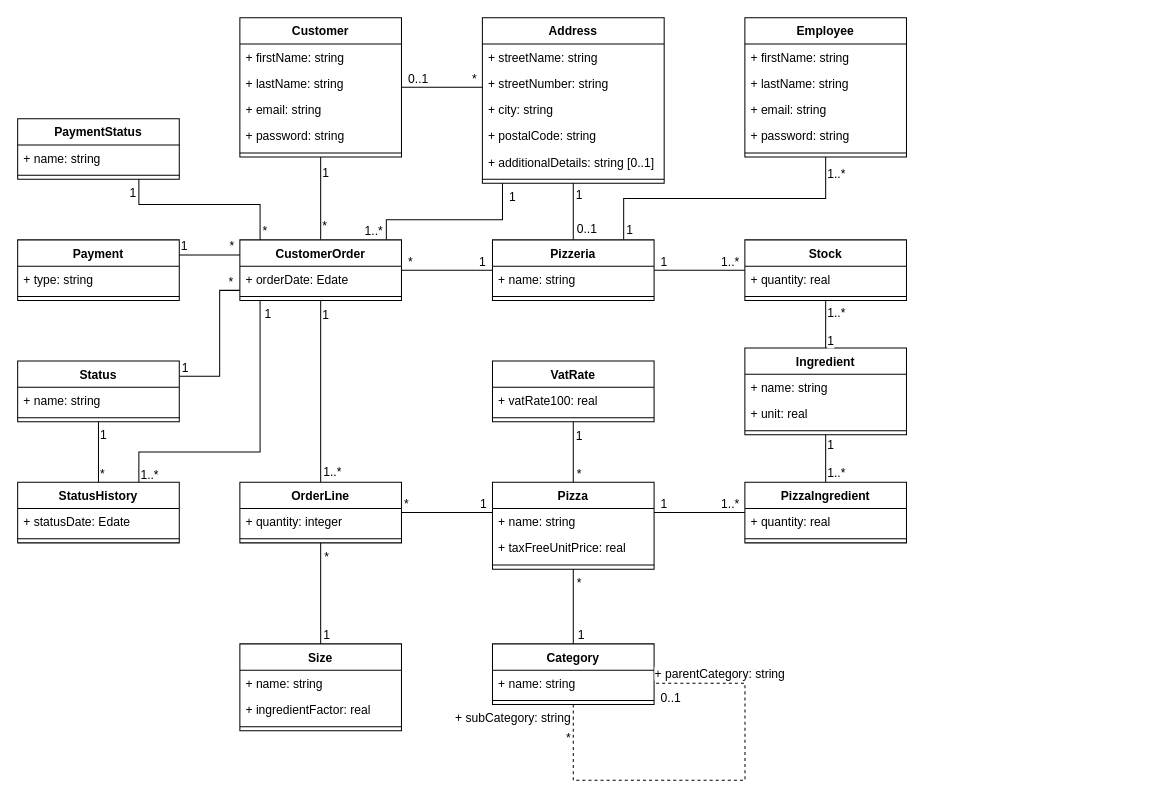
Before: page "ClassDiagram" (11 of 12) of Diagrams/OCPizza.drawio in GuillaumeOj/DesignTechnicalSolution, a draw.io diagram. Source tidied: cells renumbered, new cells numbered last; positions are measured from the earlier drawing's top-left corner, leaving out a move shared by most shapes. Both pictures are drawn from the tidied source at 101%, with x=0, y=0 at pixel (17, 17).
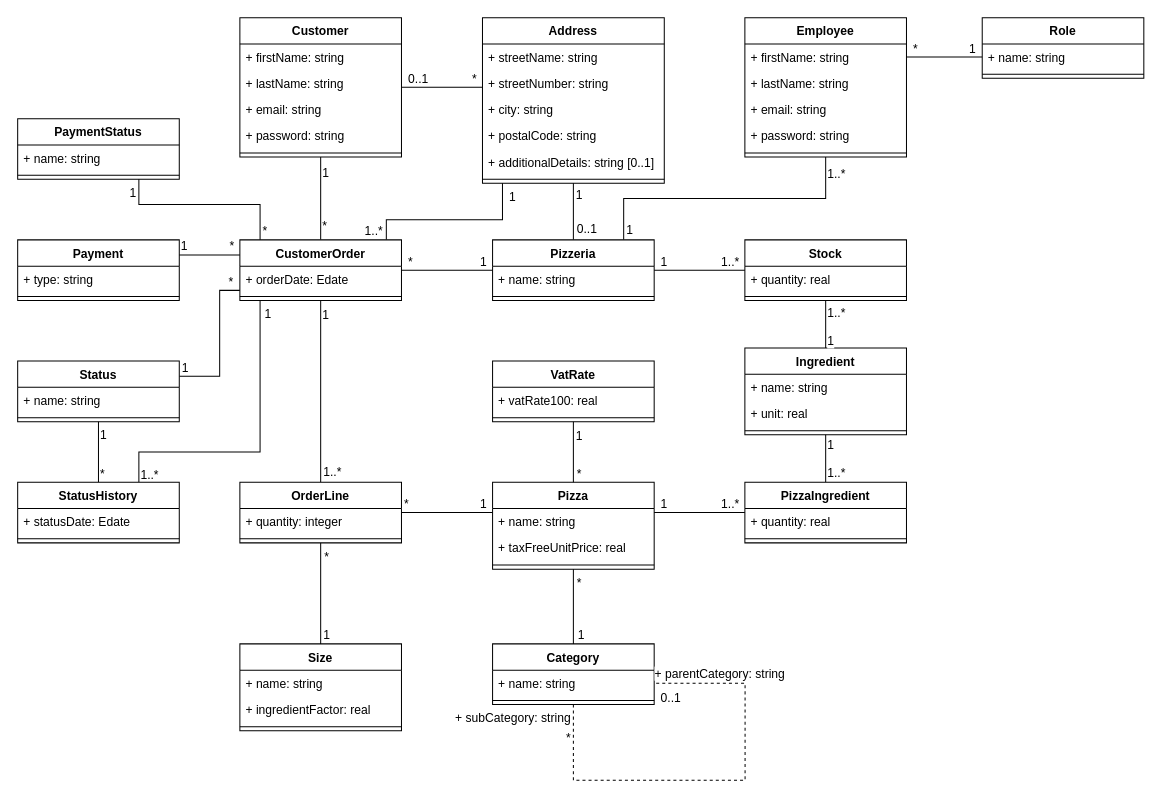
The same diagram, later.

The change refers to these unchanged cells:
```xml
<mxCell id="22" value="+ firstName: string" style="text;strokeColor=none;fillColor=none;align=left;verticalAlign=top;spacingLeft=4;spacingRight=4;overflow=hidden;points=[[0,0.5],[1,0.5]];portConstraint=eastwest;" parent="21" vertex="1">
  <mxGeometry y="26" width="160" height="26" as="geometry" />
</mxCell>
```

Diff of the diagram source:
```diff
@@
     <mxCell id="27" value="Address" style="swimlane;fontStyle=1;align=center;verticalAlign=top;horizontal=1;startSize=26;" parent="1" vertex="1">
-      <mxGeometry x="460.1" width="180" height="164" as="geometry" />
+      <mxGeometry x="460.2" width="180" height="164" as="geometry" />
     </mxCell>
@@
     <mxCell id="49" value="Pizzeria" style="swimlane;fontStyle=1;align=center;verticalAlign=top;horizontal=1;startSize=26;" parent="1" vertex="1">
-      <mxGeometry x="470.1" y="220" width="160" height="60" as="geometry" />
+      <mxGeometry x="470.2" y="220" width="160" height="60" as="geometry" />
     </mxCell>
@@
     <mxCell id="73" value="Pizza" style="swimlane;fontStyle=1;align=center;verticalAlign=top;horizontal=1;startSize=26;" parent="1" vertex="1">
-      <mxGeometry x="470.1" y="460" width="160" height="86" as="geometry" />
+      <mxGeometry x="470.2" y="460" width="160" height="86" as="geometry" />
     </mxCell>
@@
     <mxCell id="80" value="VatRate" style="swimlane;fontStyle=1;align=center;verticalAlign=top;horizontal=1;startSize=26;" parent="1" vertex="1">
-      <mxGeometry x="470.1" y="340" width="160" height="60" as="geometry" />
+      <mxGeometry x="470.2" y="340" width="160" height="60" as="geometry" />
     </mxCell>
@@
     <mxCell id="83" value="Category" style="swimlane;fontStyle=1;align=center;verticalAlign=top;horizontal=1;startSize=26;" parent="1" vertex="1">
-      <mxGeometry x="470.1" y="620" width="160" height="60" as="geometry" />
+      <mxGeometry x="470.2" y="620" width="160" height="60" as="geometry" />
     </mxCell>
@@
+    <mxCell id="131" style="edgeStyle=orthogonalEdgeStyle;rounded=0;jettySize=auto;html=1;startFill=1;endArrow=none;endFill=0;" parent="1" edge="1" source="134" target="22">
+      <mxGeometry relative="1" as="geometry">
+        <Array as="points">
+          <mxPoint x="930" y="39" />
+          <mxPoint x="930" y="39" />
+        </Array>
+      </mxGeometry>
+    </mxCell>
+    <mxCell id="132" value="1" style="text;html=1;align=right;verticalAlign=bottom;labelBackgroundColor=#ffffff;" parent="131" vertex="1">
+      <mxGeometry x="-0.08" relative="1" as="geometry">
+        <mxPoint x="29" as="offset" />
+      </mxGeometry>
+    </mxCell>
+    <mxCell id="133" value="*" style="text;html=1;align=left;verticalAlign=bottom;labelBackgroundColor=#ffffff;" parent="131" vertex="1">
+      <mxGeometry x="0.44" relative="1" as="geometry">
+        <mxPoint x="-16.3" as="offset" />
+      </mxGeometry>
+    </mxCell>
+    <mxCell id="134" value="Role" style="swimlane;fontStyle=1;align=center;verticalAlign=top;horizontal=1;startSize=26;" parent="1" vertex="1">
+      <mxGeometry x="955" width="160" height="60" as="geometry" />
+    </mxCell>
+    <mxCell id="135" value="+ name: string" style="text;strokeColor=none;fillColor=none;align=left;verticalAlign=top;spacingLeft=4;spacingRight=4;overflow=hidden;" parent="134" vertex="1">
+      <mxGeometry y="26" width="160" height="26" as="geometry" />
+    </mxCell>
+    <mxCell id="136" style="line;strokeWidth=1;fillColor=none;align=left;verticalAlign=middle;spacingTop=-1;spacingLeft=3;spacingRight=3;labelPosition=right;" parent="134" vertex="1">
+      <mxGeometry y="52" width="160" height="8" as="geometry" />
+    </mxCell>
```
